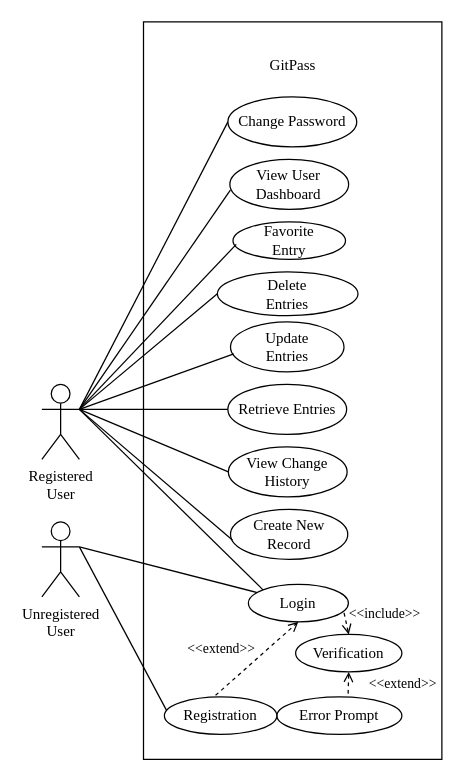
Earlier version of the draw.io diagram page "Use Case Diagram" (8 of 12) of Diagram.drawio (RemonBuddhacharya/GymManagement). Source tidied: cells renumbered, new cells numbered last; positions are measured from the earlier drawing's top-left corner, leaving out a move shared by most shapes. Both pictures are drawn from the tidied source at 125%, with x=0, y=0 at pixel (41, 21).
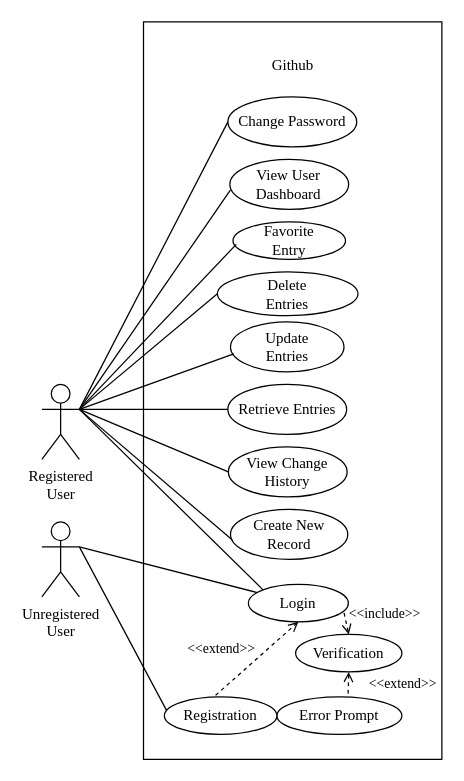
After the change.

The edit, as a diff of the source:
```diff
@@
-    <mxCell id="5" value="GitPass" style="text;html=1;strokeColor=none;fillColor=none;align=center;verticalAlign=middle;whiteSpace=wrap;rounded=0;fontFamily=Times New Roman;" parent="1" vertex="1">
+    <mxCell id="5" value="Github" style="text;html=1;strokeColor=none;fillColor=none;align=center;verticalAlign=middle;whiteSpace=wrap;rounded=0;fontFamily=Times New Roman;" parent="1" vertex="1">
       <mxGeometry x="170.7" y="20" width="60" height="30" as="geometry" />
     </mxCell>
```
